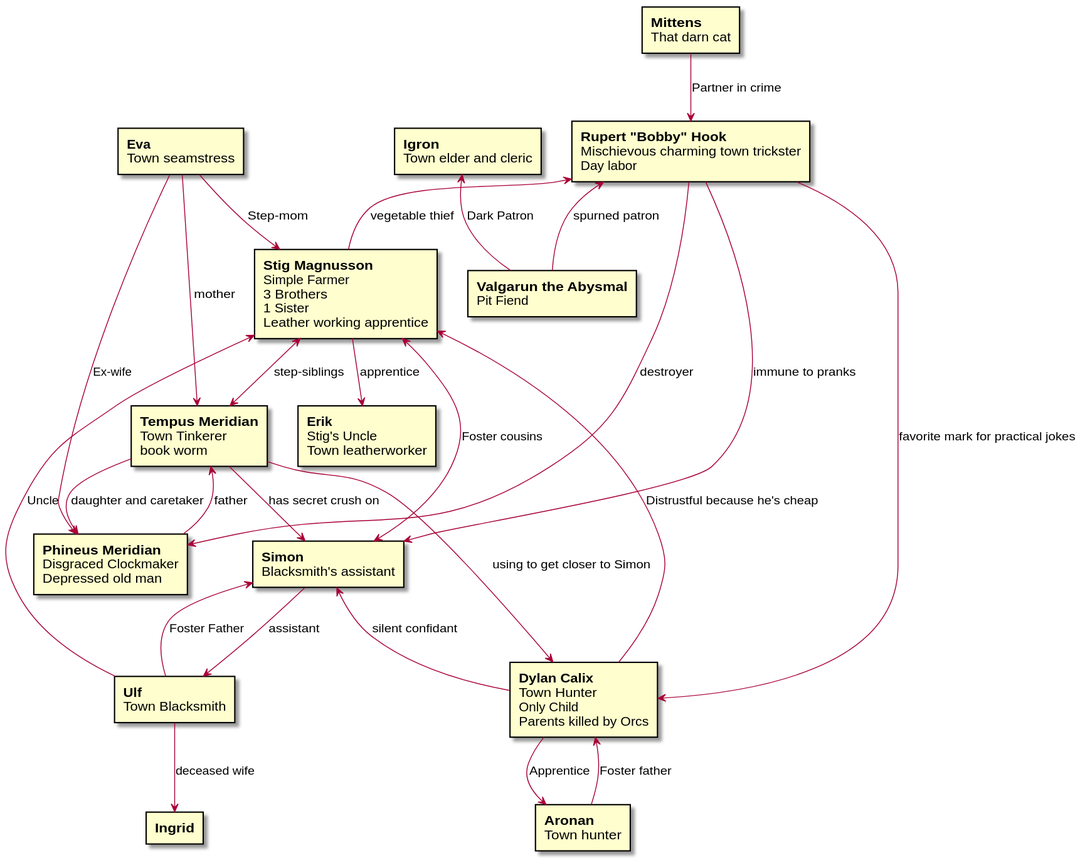
This is dnd-thursday-2022.svg from tedkotz/rpglog, a PlantUML export, as it was before one commit. Its diagram source:
```plantuml
@startuml dnd-thursday-2022

rectangle clem [
**Stig Magnusson**
Simple Farmer
3 Brothers
1 Sister
Leather working apprentice
]

rectangle erik [
**Erik**
Stig's Uncle
Town leatherworker
]

rectangle rob [
**Tempus Meridian**
Town Tinkerer
book worm
]

rectangle phineus [
**Phineus Meridian**
Disgraced Clockmaker
Depressed old man
]

rectangle eva [
**Eva**
Town seamstress
]

rectangle dave [
**Dylan Calix**
Town Hunter
Only Child
Parents killed by Orcs
]

rectangle aronan [
**Aronan**
Town hunter
]

rectangle martin [
**Simon**
Blacksmith's assistant
]

rectangle ulf [
**Ulf**
Town Blacksmith
]

rectangle james [
**Rupert "Bobby" Hook**
Mischievous charming town trickster
Day labor
]

rectangle mittens [
**Mittens**
 That darn cat
]

rectangle igron [
**Igron**
Town elder and cleric
]

rectangle ingrid [
**Ingrid**
]

rectangle valgarun [
**Valgarun the Abysmal**
Pit Fiend
]


james <-- valgarun : spurned patron
igron <-- valgarun : Dark Patron

ulf --> ingrid : deceased wife

rob --> phineus : daughter and caretaker
eva --> phineus : Ex-wife
eva --> clem : Step-mom
phineus --> rob : father
james --> phineus : destroyer
clem <--> rob : step-siblings
rob --> martin : has secret crush on
rob --> dave : using to get closer to Simon

eva --> rob : mother

aronan --> dave : Foster father
dave --> aronan : Apprentice
dave --> clem : Distrustful because he's cheap

martin --> ulf : assistant
ulf --> martin : Foster Father

james <-- clem : vegetable thief
james --> dave : favorite mark for practical jokes
clem --> erik: apprentice
clem <--> martin : Foster cousins
ulf --> clem : Uncle
james --> martin : immune to pranks
martin <-- dave : silent confidant

mittens --> james : Partner in crime

@enduml
```
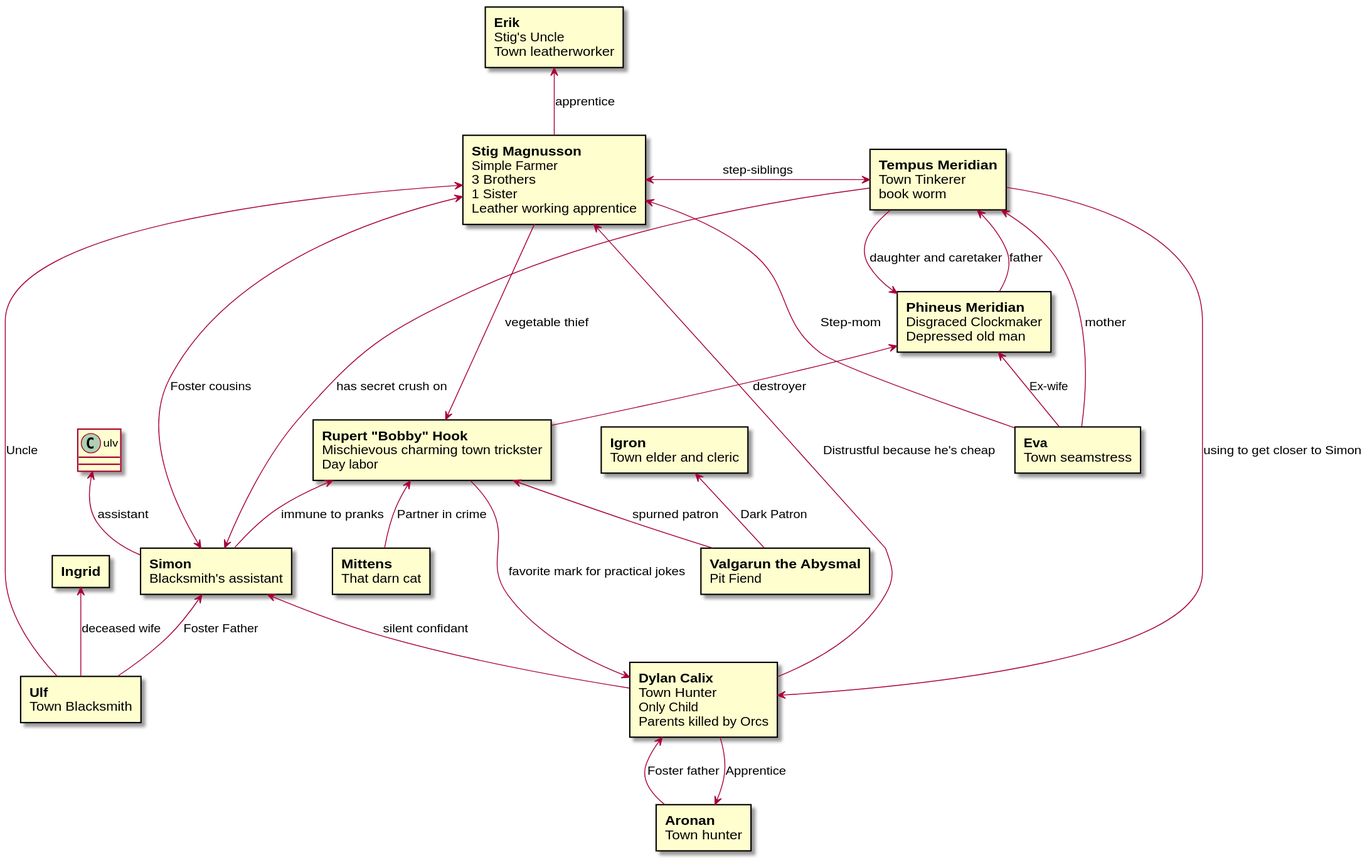
The same file after the commit.

Commit message:
reversed the arrows in diagram

What changed in the source:
```diff
@@ -82,34 +82,34 @@
 james <-- valgarun : spurned patron
 igron <-- valgarun : Dark Patron
 
-ulf --> ingrid : deceased wife
+ingrid <-- ulf : deceased wife
 
-rob --> phineus : daughter and caretaker
-eva --> phineus : Ex-wife
-eva --> clem : Step-mom
-phineus --> rob : father
-james --> phineus : destroyer
-clem <--> rob : step-siblings
-rob --> martin : has secret crush on
-rob --> dave : using to get closer to Simon
+phineus <-- rob  : daughter and caretaker
+phineus <-- eva : Ex-wife
+clem <-- eva : Step-mom
+rob <-- phineus : father
+phineus <-- james : destroyer
+clem <-> rob : step-siblings
+martin <-- rob : has secret crush on
+dave <-- rob : using to get closer to Simon
 
-eva --> rob : mother
+rob <-- eva : mother
 
-aronan --> dave : Foster father
-dave --> aronan : Apprentice
-dave --> clem : Distrustful because he's cheap
+dave <-- aronan : Foster father
+aronan <-- dave : Apprentice
+clem <-- dave : Distrustful because he's cheap
 
-martin --> ulf : assistant
-ulf --> martin : Foster Father
+ulv <-- martin : assistant
+martin <-- ulf : Foster Father
 
 james <-- clem : vegetable thief
-james --> dave : favorite mark for practical jokes
-clem --> erik: apprentice
-clem <--> martin : Foster cousins
-ulf --> clem : Uncle
-james --> martin : immune to pranks
+dave <-- james : favorite mark for practical jokes
+erik <-- clem: apprentice
+clem <-> martin : Foster cousins
+clem <-- ulf  : Uncle
+james <-- martin : immune to pranks
 martin <-- dave : silent confidant
 
-mittens --> james : Partner in crime
+james <-- mittens  : Partner in crime
 
 @enduml
```
